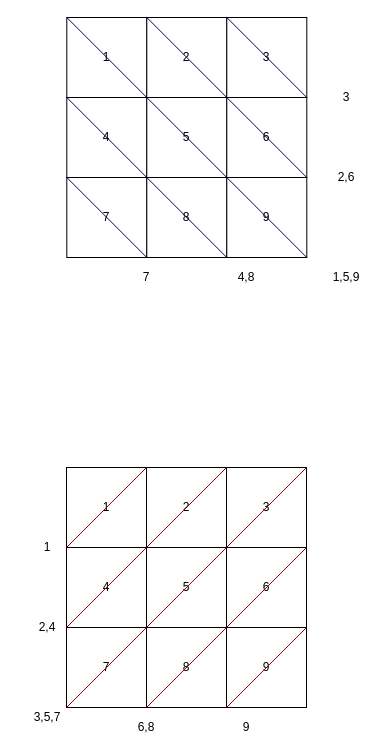
Earlier version of the draw.io diagram page "Page-1" (1 of 5) of 4º problema/diagonais.drawio (Tiago-Matinho/IA). Source tidied: cells renumbered, new cells numbered last; positions are measured from the earlier drawing's top-left corner, leaving out a move shared by most shapes. Both pictures are drawn from the tidied source at 100%, with x=0, y=0 at pixel (27, 17).
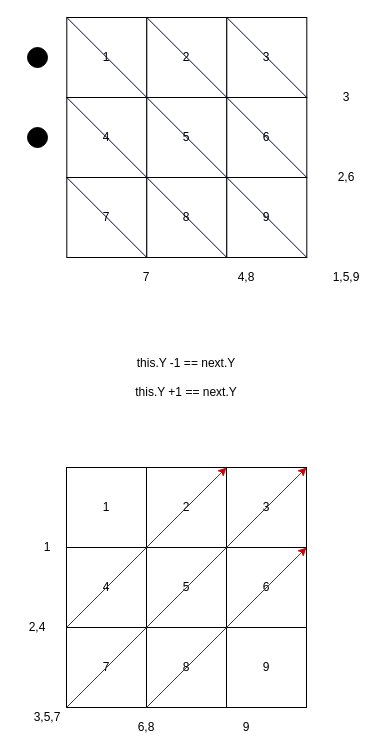
After the change.

The change refers to these unchanged cells:
```xml
<mxCell id="21" value="1" style="whiteSpace=wrap;html=1;" parent="1" vertex="1">
  <mxGeometry x="39" y="450" width="80" height="80" as="geometry" />
</mxCell>
<mxCell id="22" value="2" style="whiteSpace=wrap;html=1;" parent="1" vertex="1">
  <mxGeometry x="119" y="450" width="80" height="80" as="geometry" />
</mxCell>
<mxCell id="23" value="3" style="whiteSpace=wrap;html=1;" parent="1" vertex="1">
  <mxGeometry x="199" y="450" width="80" height="80" as="geometry" />
</mxCell>
<mxCell id="24" value="4" style="whiteSpace=wrap;html=1;" parent="1" vertex="1">
  <mxGeometry x="39" y="530" width="80" height="80" as="geometry" />
</mxCell>
<mxCell id="26" value="6" style="whiteSpace=wrap;html=1;" parent="1" vertex="1">
  <mxGeometry x="199" y="530" width="80" height="80" as="geometry" />
</mxCell>
<mxCell id="27" value="7" style="whiteSpace=wrap;html=1;" parent="1" vertex="1">
  <mxGeometry x="39" y="610" width="80" height="80" as="geometry" />
</mxCell>
<mxCell id="28" value="8" style="whiteSpace=wrap;html=1;" parent="1" vertex="1">
  <mxGeometry x="119" y="610" width="80" height="80" as="geometry" />
</mxCell>
<mxCell id="29" value="9" style="whiteSpace=wrap;html=1;" parent="1" vertex="1">
  <mxGeometry x="199" y="610" width="80" height="80" as="geometry" />
</mxCell>
```

Change to the diagram source:
```diff
@@
     <mxCell id="33" value="2,4" style="text;html=1;strokeColor=none;fillColor=none;align=center;verticalAlign=middle;whiteSpace=wrap;rounded=0;" parent="1" vertex="1">
-      <mxGeometry y="600" width="40" height="20" as="geometry" />
+      <mxGeometry x="-10" y="600" width="40" height="20" as="geometry" />
     </mxCell>
@@
+    <mxCell id="40" style="ellipse;whiteSpace=wrap;html=1;fillColor=#000000;" parent="1" vertex="1">
+      <mxGeometry y="30" width="20" height="20" as="geometry" />
+    </mxCell>
+    <mxCell id="41" style="ellipse;whiteSpace=wrap;html=1;fillColor=#000000;" parent="1" vertex="1">
+      <mxGeometry y="110" width="20" height="20" as="geometry" />
+    </mxCell>
+    <mxCell id="42" value="this.Y -1 == next.Y&lt;br&gt;&lt;br&gt;this.Y +1 == next.Y&lt;br&gt;" style="text;html=1;strokeColor=none;fillColor=none;align=center;verticalAlign=middle;whiteSpace=wrap;rounded=0;" parent="1" vertex="1">
+      <mxGeometry x="61.3" y="300" width="196" height="120" as="geometry" />
+    </mxCell>
+    <mxCell id="43" style="endArrow=classic;html=1;exitX=0;exitY=1;exitDx=0;exitDy=0;entryX=0;entryY=0;entryDx=0;entryDy=0;strokeColor=#CC0000;" parent="1" edge="1" source="24" target="23">
+      <mxGeometry relative="1" as="geometry" />
+    </mxCell>
-    <mxCell id="35" style="endArrow=none;html=1;strokeColor=#990000;entryX=1;entryY=0;entryDx=0;entryDy=0;exitX=0;exitY=1;exitDx=0;exitDy=0;" parent="1" edge="1" source="27" target="23">
+    <mxCell id="35" style="endArrow=classic;html=1;exitX=0;exitY=1;exitDx=0;exitDy=0;entryX=1;entryY=0;entryDx=0;entryDy=0;strokeColor=#CC0000;" parent="1" edge="1" source="27" target="23">
       <mxGeometry relative="1" as="geometry" />
     </mxCell>
-    <mxCell id="36" style="endArrow=none;html=1;strokeColor=#990000;entryX=1;entryY=1;entryDx=0;entryDy=0;exitX=0;exitY=1;exitDx=0;exitDy=0;" parent="1" edge="1" source="28" target="23">
-      <mxGeometry relative="1" as="geometry" />
-    </mxCell>
-    <mxCell id="37" style="endArrow=none;html=1;strokeColor=#990000;entryX=1;entryY=0;entryDx=0;entryDy=0;exitX=0;exitY=1;exitDx=0;exitDy=0;" parent="1" edge="1" source="29" target="29">
-      <mxGeometry relative="1" as="geometry" />
-    </mxCell>
-    <mxCell id="38" style="endArrow=none;html=1;strokeColor=#990000;entryX=1;entryY=0;entryDx=0;entryDy=0;exitX=0;exitY=1;exitDx=0;exitDy=0;" parent="1" edge="1" source="24" target="22">
-      <mxGeometry relative="1" as="geometry" />
-    </mxCell>
-    <mxCell id="39" style="endArrow=none;html=1;strokeColor=#990000;entryX=0;entryY=0;entryDx=0;entryDy=0;exitX=0;exitY=1;exitDx=0;exitDy=0;" parent="1" edge="1" source="21" target="22">
-      <mxGeometry relative="1" as="geometry" />
-    </mxCell>
+    <mxCell id="44" style="endArrow=classic;html=1;exitX=0;exitY=1;exitDx=0;exitDy=0;entryX=1;entryY=0;entryDx=0;entryDy=0;strokeColor=#CC0000;" parent="1" edge="1" source="28" target="26">
+      <mxGeometry relative="1" as="geometry" />
+    </mxCell>
```
